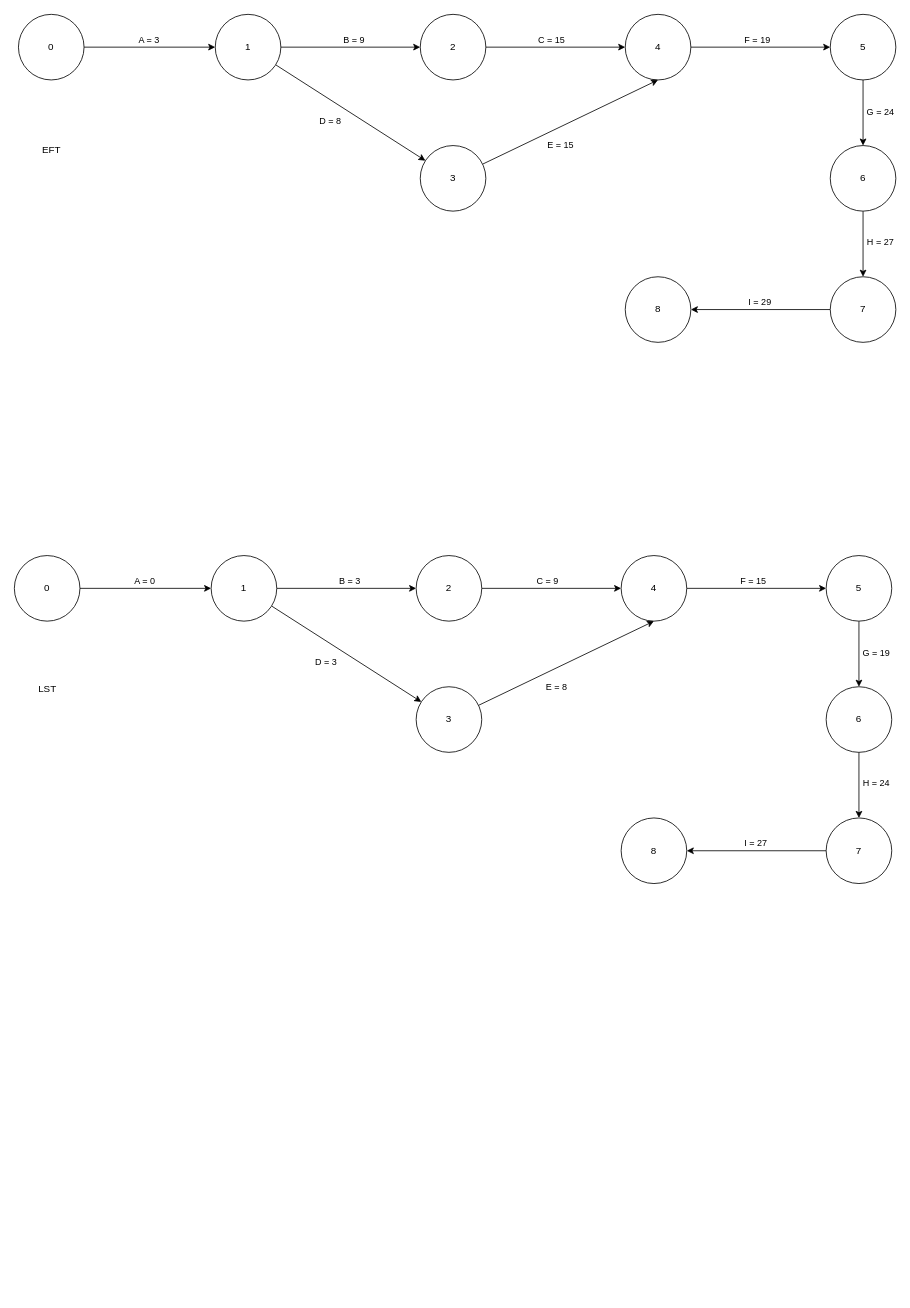
abyansetya/UAS_Project_Management keeps this draw.io diagram as Critical_Path.drawio. Above is the earlier version. Source tidied: cells renumbered, new cells numbered last; positions are measured from the earlier drawing's top-left corner, leaving out a move shared by most shapes. Both pictures are drawn from the tidied source at 82%, with x=0, y=0 at pixel (14, 14).
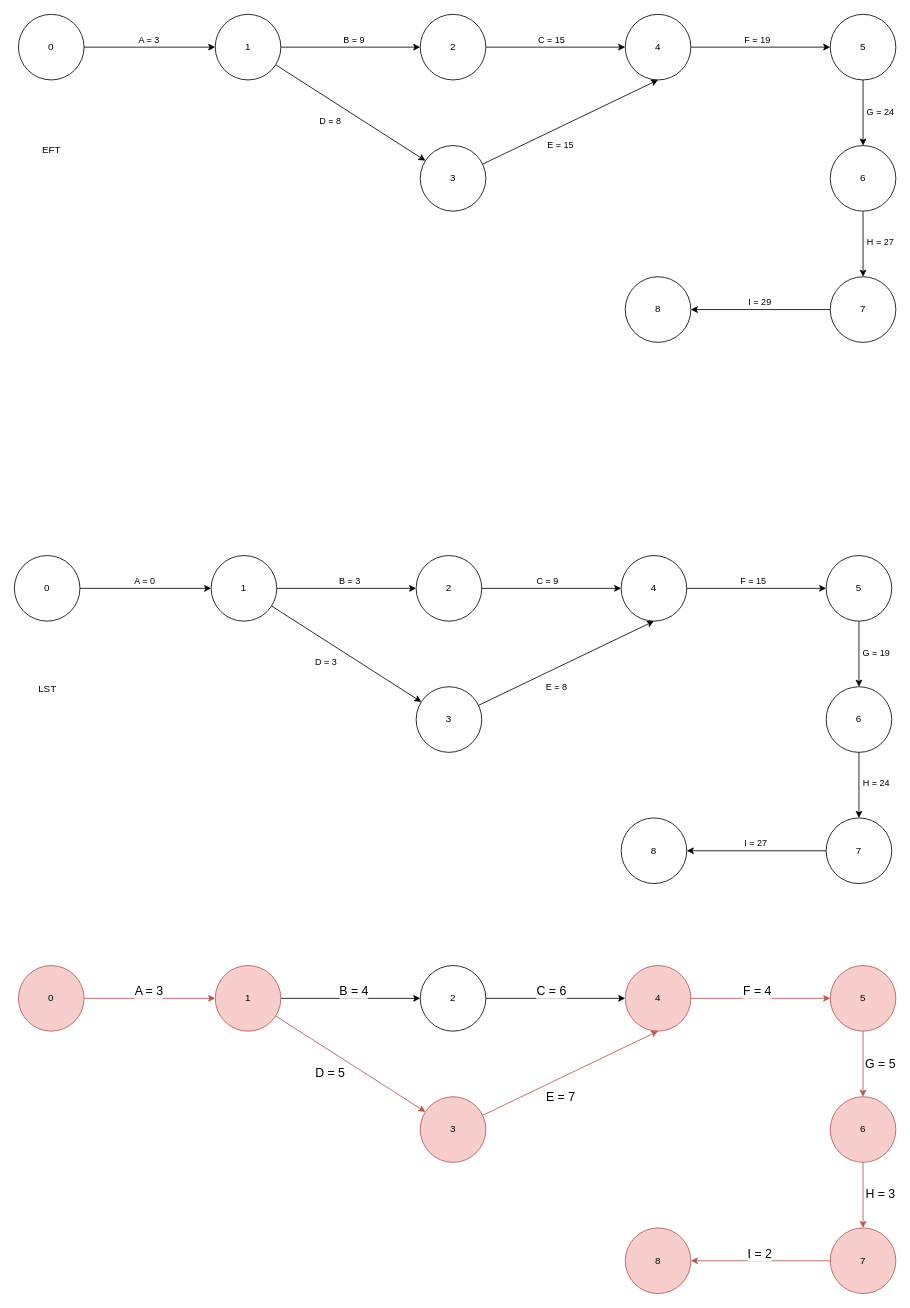
The same diagram, later.

Diff of the diagram source:
```diff
@@
+    <mxCell id="58" style="edgeStyle=orthogonalEdgeStyle;rounded=0;jettySize=auto;html=1;fillColor=#f8cecc;strokeColor=#b85450;" parent="1" edge="1" source="60" target="65">
+      <mxGeometry relative="1" as="geometry" />
+    </mxCell>
+    <mxCell id="59" value="&lt;font style=&quot;font-size: 15px;&quot;&gt;A = 3&lt;/font&gt;" style="edgeLabel;html=1;align=center;verticalAlign=middle;" parent="58" vertex="1">
+      <mxGeometry x="-0.01" y="2" relative="1" as="geometry">
+        <mxPoint x="-1" y="-8" as="offset" />
+      </mxGeometry>
+    </mxCell>
+    <mxCell id="60" value="0" style="ellipse;whiteSpace=wrap;html=1;fillColor=#f8cecc;strokeColor=#b85450;" parent="1" vertex="1">
+      <mxGeometry x="5" y="1160" width="80" height="80" as="geometry" />
+    </mxCell>
+    <mxCell id="61" style="edgeStyle=orthogonalEdgeStyle;rounded=0;jettySize=auto;html=1;" parent="1" edge="1" source="65" target="68">
+      <mxGeometry relative="1" as="geometry" />
+    </mxCell>
+    <mxCell id="62" value="&lt;font style=&quot;font-size: 15px;&quot;&gt;B = 4&lt;/font&gt;" style="edgeLabel;html=1;align=center;verticalAlign=middle;" parent="61" vertex="1">
+      <mxGeometry x="0.07" y="2" relative="1" as="geometry">
+        <mxPoint x="-3" y="-8" as="offset" />
+      </mxGeometry>
+    </mxCell>
+    <mxCell id="63" style="rounded=0;jettySize=auto;html=1;fillColor=#f8cecc;strokeColor=#b85450;" parent="1" edge="1" source="65" target="74">
+      <mxGeometry relative="1" as="geometry" />
+    </mxCell>
+    <mxCell id="64" value="&lt;font style=&quot;font-size: 15px;&quot;&gt;D = 5&lt;/font&gt;" style="edgeLabel;html=1;align=center;verticalAlign=middle;" parent="63" vertex="1">
+      <mxGeometry x="0.04" y="1" relative="1" as="geometry">
+        <mxPoint x="-30" y="8" as="offset" />
+      </mxGeometry>
+    </mxCell>
+    <mxCell id="65" value="1" style="ellipse;whiteSpace=wrap;html=1;fillColor=#f8cecc;strokeColor=#b85450;" parent="1" vertex="1">
+      <mxGeometry x="245" y="1160" width="80" height="80" as="geometry" />
+    </mxCell>
+    <mxCell id="66" style="edgeStyle=orthogonalEdgeStyle;rounded=0;jettySize=auto;html=1;" parent="1" edge="1" source="68" target="71">
+      <mxGeometry relative="1" as="geometry" />
+    </mxCell>
+    <mxCell id="67" value="&lt;font style=&quot;font-size: 15px;&quot;&gt;C = 6&lt;/font&gt;" style="edgeLabel;html=1;align=center;verticalAlign=middle;" parent="66" vertex="1">
+      <mxGeometry y="-6" relative="1" as="geometry">
+        <mxPoint x="-6" y="-16" as="offset" />
+      </mxGeometry>
+    </mxCell>
+    <mxCell id="68" value="2" style="ellipse;whiteSpace=wrap;html=1;" parent="1" vertex="1">
+      <mxGeometry x="495" y="1160" width="80" height="80" as="geometry" />
+    </mxCell>
+    <mxCell id="69" style="edgeStyle=orthogonalEdgeStyle;rounded=0;jettySize=auto;html=1;fillColor=#f8cecc;strokeColor=#b85450;" parent="1" edge="1" source="71" target="77">
+      <mxGeometry relative="1" as="geometry" />
+    </mxCell>
+    <mxCell id="70" value="&lt;font style=&quot;font-size: 15px;&quot;&gt;F = 4&lt;/font&gt;" style="edgeLabel;html=1;align=center;verticalAlign=middle;" parent="69" vertex="1">
+      <mxGeometry relative="1" as="geometry">
+        <mxPoint x="-5" y="-10" as="offset" />
+      </mxGeometry>
+    </mxCell>
+    <mxCell id="71" value="4" style="ellipse;whiteSpace=wrap;html=1;fillColor=#f8cecc;strokeColor=#b85450;" parent="1" vertex="1">
+      <mxGeometry x="745" y="1160" width="80" height="80" as="geometry" />
+    </mxCell>
+    <mxCell id="72" style="rounded=0;jettySize=auto;html=1;entryX=0.5;entryY=1;entryDx=0;entryDy=0;fillColor=#f8cecc;strokeColor=#b85450;" parent="1" edge="1" source="74" target="71">
+      <mxGeometry relative="1" as="geometry" />
+    </mxCell>
+    <mxCell id="73" value="&lt;font style=&quot;font-size: 15px;&quot;&gt;E = 7&lt;/font&gt;" style="edgeLabel;html=1;align=center;verticalAlign=middle;" parent="72" vertex="1">
+      <mxGeometry x="0.05" relative="1" as="geometry">
+        <mxPoint x="-18" y="31" as="offset" />
+      </mxGeometry>
+    </mxCell>
+    <mxCell id="74" value="3" style="ellipse;whiteSpace=wrap;html=1;fillColor=#f8cecc;strokeColor=#b85450;" parent="1" vertex="1">
+      <mxGeometry x="495" y="1320" width="80" height="80" as="geometry" />
+    </mxCell>
+    <mxCell id="75" style="edgeStyle=orthogonalEdgeStyle;rounded=0;jettySize=auto;html=1;fillColor=#f8cecc;strokeColor=#b85450;" parent="1" edge="1" source="77" target="80">
+      <mxGeometry relative="1" as="geometry" />
+    </mxCell>
+    <mxCell id="76" value="&lt;font style=&quot;font-size: 15px;&quot;&gt;G = 5&lt;/font&gt;" style="edgeLabel;html=1;align=center;verticalAlign=middle;" parent="75" vertex="1">
+      <mxGeometry x="-0.06" relative="1" as="geometry">
+        <mxPoint x="20" as="offset" />
+      </mxGeometry>
+    </mxCell>
+    <mxCell id="77" value="5" style="ellipse;whiteSpace=wrap;html=1;fillColor=#f8cecc;strokeColor=#b85450;" parent="1" vertex="1">
+      <mxGeometry x="995" y="1160" width="80" height="80" as="geometry" />
+    </mxCell>
+    <mxCell id="78" style="edgeStyle=orthogonalEdgeStyle;rounded=0;jettySize=auto;html=1;fillColor=#f8cecc;strokeColor=#b85450;" parent="1" edge="1" source="80" target="83">
+      <mxGeometry relative="1" as="geometry" />
+    </mxCell>
+    <mxCell id="79" value="&lt;font style=&quot;font-size: 15px;&quot;&gt;H = 3&lt;/font&gt;" style="edgeLabel;html=1;align=center;verticalAlign=middle;" parent="78" vertex="1">
+      <mxGeometry x="-0.08" y="-1" relative="1" as="geometry">
+        <mxPoint x="21" as="offset" />
+      </mxGeometry>
+    </mxCell>
+    <mxCell id="80" value="6" style="ellipse;whiteSpace=wrap;html=1;fillColor=#f8cecc;strokeColor=#b85450;" parent="1" vertex="1">
+      <mxGeometry x="995" y="1320" width="80" height="80" as="geometry" />
+    </mxCell>
+    <mxCell id="81" style="edgeStyle=orthogonalEdgeStyle;rounded=0;jettySize=auto;html=1;fillColor=#f8cecc;strokeColor=#b85450;" parent="1" edge="1" source="83" target="84">
+      <mxGeometry relative="1" as="geometry" />
+    </mxCell>
+    <mxCell id="82" value="&lt;font style=&quot;font-size: 15px;&quot;&gt;I = 2&lt;/font&gt;" style="edgeLabel;html=1;align=center;verticalAlign=middle;" parent="81" vertex="1">
+      <mxGeometry x="0.02" y="-2" relative="1" as="geometry">
+        <mxPoint y="-8" as="offset" />
+      </mxGeometry>
+    </mxCell>
+    <mxCell id="83" value="7" style="ellipse;whiteSpace=wrap;html=1;fillColor=#f8cecc;strokeColor=#b85450;" parent="1" vertex="1">
+      <mxGeometry x="995" y="1480" width="80" height="80" as="geometry" />
+    </mxCell>
+    <mxCell id="84" value="8" style="ellipse;whiteSpace=wrap;html=1;fillColor=#f8cecc;strokeColor=#b85450;" parent="1" vertex="1">
+      <mxGeometry x="745" y="1480" width="80" height="80" as="geometry" />
+    </mxCell>
```
